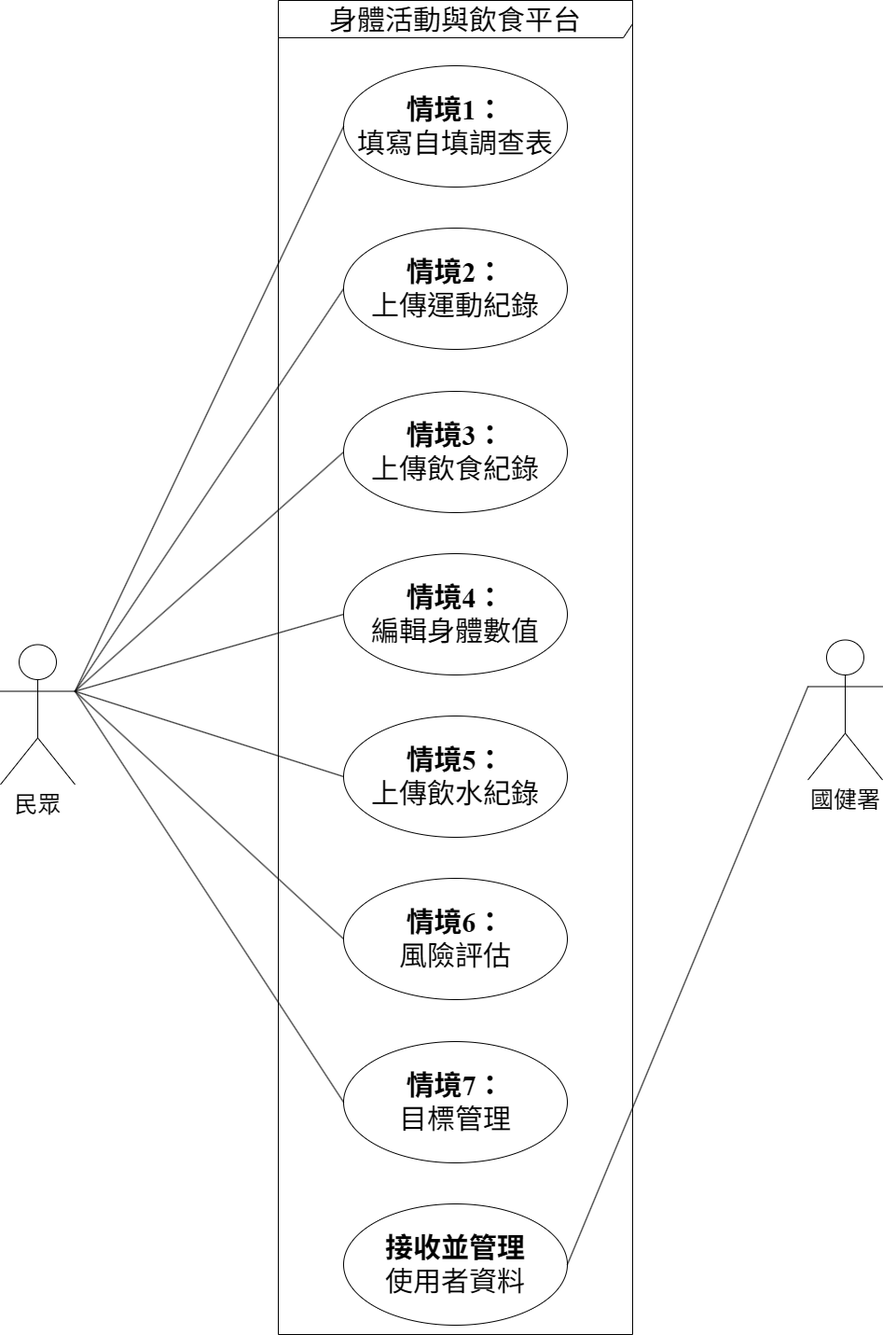
This is input/images/usecase.png from hpapa2025/pad, a draw.io export, as it was before one commit. Source tidied: cells renumbered, new cells last; positions are measured from the earlier drawing's top-left corner, leaving out a move shared by most shapes.
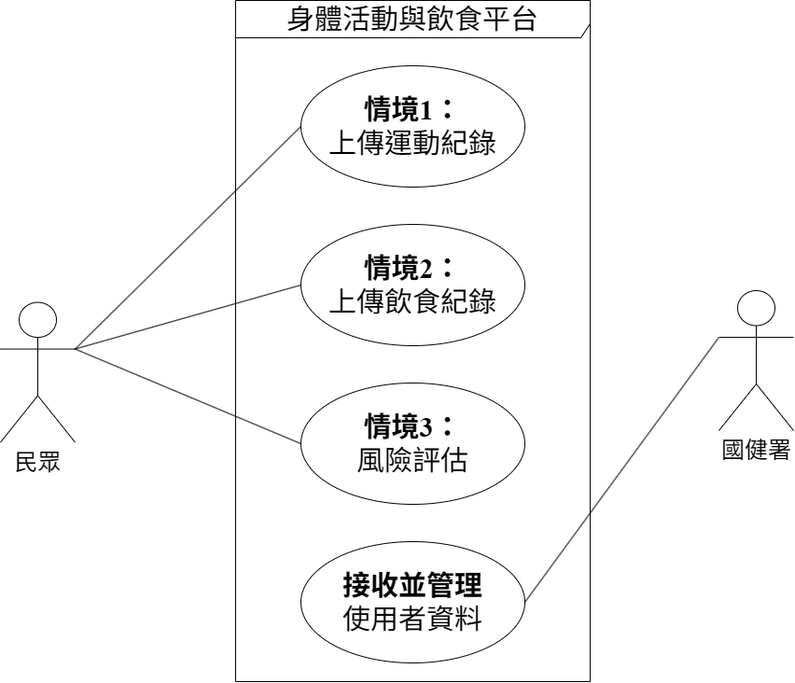
Later version of the same file.

Change to the diagram source:
```diff
@@ -3,7 +3,7 @@
     <mxCell id="0" />
     <mxCell id="1" parent="0" />
     <mxCell id="2" value="&lt;span style=&quot;font-size: 30px;&quot;&gt;身體活動與飲食平台&lt;/span&gt;" style="shape=umlFrame;whiteSpace=wrap;html=1;width=380;height=40;fontFamily=Times New Roman;" parent="1" vertex="1">
-      <mxGeometry x="298" width="380" height="1430" as="geometry" />
+      <mxGeometry x="298" width="380" height="730" as="geometry" />
     </mxCell>
     <mxCell id="3" style="rounded=0;jettySize=auto;html=1;exitX=1;exitY=0.3333333333333333;exitDx=0;exitDy=0;exitPerimeter=0;strokeWidth=1;entryX=0;entryY=0.5;entryDx=0;entryDy=0;endArrow=none;endFill=0;fontFamily=Times New Roman;" parent="1" edge="1" source="5" target="7">
       <mxGeometry relative="1" as="geometry" />
@@ -12,52 +12,28 @@
       <mxGeometry relative="1" as="geometry" />
     </mxCell>
     <mxCell id="5" value="&lt;span style=&quot;font-size: 25px;&quot;&gt;民眾&lt;/span&gt;" style="shape=umlActor;verticalLabelPosition=bottom;verticalAlign=top;html=1;fontFamily=Times New Roman;" parent="1" vertex="1">
-      <mxGeometry y="690.5" width="80" height="150" as="geometry" />
+      <mxGeometry x="46" y="323.6" width="80" height="150" as="geometry" />
     </mxCell>
-    <mxCell id="6" value="&lt;b&gt;情境1：&lt;/b&gt;&lt;br&gt;填寫自填調查表" style="ellipse;whiteSpace=wrap;html=1;fontSize=30;fontFamily=Times New Roman;" parent="1" vertex="1">
+    <mxCell id="6" value="&lt;b&gt;情境1：&lt;/b&gt;&lt;br&gt;上傳運動紀錄" style="ellipse;whiteSpace=wrap;html=1;fontSize=30;fontFamily=Times New Roman;" parent="1" vertex="1">
       <mxGeometry x="368" y="70" width="240" height="130" as="geometry" />
     </mxCell>
-    <mxCell id="7" value="&lt;b style=&quot;font-size: 30px;&quot;&gt;情境3：&lt;/b&gt;&lt;br style=&quot;font-size: 30px;&quot;&gt;&lt;span style=&quot;font-size: 30px;&quot;&gt;上傳飲食紀錄&lt;/span&gt;" style="ellipse;whiteSpace=wrap;html=1;fontSize=20;fontFamily=Times New Roman;" parent="1" vertex="1">
-      <mxGeometry x="368" y="419" width="240" height="130" as="geometry" />
+    <mxCell id="7" value="&lt;b style=&quot;font-size: 30px;&quot;&gt;情境3：&lt;/b&gt;&lt;br style=&quot;font-size: 30px;&quot;&gt;&lt;span style=&quot;font-size: 30px;&quot;&gt;風險評估&lt;/span&gt;" style="ellipse;whiteSpace=wrap;html=1;fontSize=20;fontFamily=Times New Roman;" parent="1" vertex="1">
+      <mxGeometry x="368" y="410" width="240" height="130" as="geometry" />
     </mxCell>
-    <mxCell id="8" value="&lt;b style=&quot;font-size: 30px;&quot;&gt;情境2：&lt;/b&gt;&lt;br style=&quot;font-size: 30px;&quot;&gt;&lt;span style=&quot;font-size: 30px;&quot;&gt;上傳運動紀錄&lt;/span&gt;&lt;span style=&quot;font-size: 30px&quot;&gt;&lt;/span&gt;" style="ellipse;whiteSpace=wrap;html=1;fontSize=20;fontFamily=Times New Roman;" parent="1" vertex="1">
-      <mxGeometry x="368" y="244" width="240" height="130" as="geometry" />
+    <mxCell id="8" value="&lt;b style=&quot;font-size: 30px;&quot;&gt;情境2：&lt;/b&gt;&lt;div&gt;&lt;span style=&quot;font-size: 30px;&quot;&gt;上傳飲食紀錄&lt;/span&gt;&lt;br&gt;&lt;span style=&quot;font-size: 30px&quot;&gt;&lt;/span&gt;&lt;/div&gt;" style="ellipse;whiteSpace=wrap;html=1;fontSize=20;fontFamily=Times New Roman;" parent="1" vertex="1">
+      <mxGeometry x="368" y="240" width="240" height="130" as="geometry" />
     </mxCell>
     <mxCell id="9" value="&lt;span style=&quot;font-size: 25px;&quot;&gt;國健署&lt;/span&gt;" style="shape=umlActor;verticalLabelPosition=bottom;verticalAlign=top;html=1;fontFamily=Times New Roman;" parent="1" vertex="1">
-      <mxGeometry x="866" y="685.5" width="80" height="150" as="geometry" />
+      <mxGeometry x="816" y="311" width="80" height="150" as="geometry" />
     </mxCell>
     <mxCell id="10" value="&lt;span style=&quot;font-size: 30px&quot;&gt;&lt;b&gt;接收並管理&lt;/b&gt;&lt;br&gt;使用者資料&lt;br&gt;&lt;/span&gt;" style="ellipse;whiteSpace=wrap;html=1;fontSize=20;fontFamily=Times New Roman;" parent="1" vertex="1">
-      <mxGeometry x="368" y="1290" width="240" height="130" as="geometry" />
+      <mxGeometry x="368" y="580" width="240" height="130" as="geometry" />
     </mxCell>
     <mxCell id="11" style="rounded=0;jettySize=auto;html=1;exitX=1;exitY=0.3333333333333333;exitDx=0;exitDy=0;exitPerimeter=0;entryX=0;entryY=0.5;entryDx=0;entryDy=0;endArrow=none;endFill=0;strokeWidth=1;fontFamily=Times New Roman;" parent="1" edge="1" source="5" target="6">
       <mxGeometry relative="1" as="geometry" />
     </mxCell>
-    <mxCell id="12" value="&lt;b style=&quot;font-size: 30px;&quot;&gt;情境4：&lt;/b&gt;&lt;br style=&quot;font-size: 30px;&quot;&gt;&lt;span style=&quot;font-size: 30px;&quot;&gt;編輯身體數值&lt;/span&gt;" style="ellipse;whiteSpace=wrap;html=1;fontSize=20;fontFamily=Times New Roman;" parent="1" vertex="1">
-      <mxGeometry x="368" y="593" width="240" height="130" as="geometry" />
+    <mxCell id="12" style="rounded=0;jettySize=auto;html=1;exitX=0;exitY=0.3333333333333333;exitDx=0;exitDy=0;exitPerimeter=0;strokeWidth=1;entryX=1;entryY=0.5;entryDx=0;entryDy=0;endArrow=none;endFill=0;fontFamily=Times New Roman;" parent="1" edge="1" source="9" target="10">
+      <mxGeometry relative="1" as="geometry" />
     </mxCell>
-    <mxCell id="13" value="&lt;b style=&quot;font-size: 30px;&quot;&gt;情境5：&lt;/b&gt;&lt;br style=&quot;font-size: 30px;&quot;&gt;&lt;span style=&quot;font-size: 30px;&quot;&gt;上傳飲水紀錄&lt;/span&gt;" style="ellipse;whiteSpace=wrap;html=1;fontSize=20;fontFamily=Times New Roman;" parent="1" vertex="1">
-      <mxGeometry x="368" y="767" width="240" height="130" as="geometry" />
-    </mxCell>
-    <mxCell id="14" value="&lt;b style=&quot;font-size: 30px;&quot;&gt;情境6：&lt;/b&gt;&lt;br style=&quot;font-size: 30px;&quot;&gt;&lt;span style=&quot;font-size: 30px;&quot;&gt;風險評估&lt;/span&gt;" style="ellipse;whiteSpace=wrap;html=1;fontSize=20;fontFamily=Times New Roman;" parent="1" vertex="1">
-      <mxGeometry x="368" y="941" width="240" height="130" as="geometry" />
-    </mxCell>
-    <mxCell id="15" value="&lt;b style=&quot;font-size: 30px;&quot;&gt;情境7：&lt;/b&gt;&lt;br style=&quot;font-size: 30px;&quot;&gt;&lt;span style=&quot;font-size: 30px;&quot;&gt;目標管理&lt;/span&gt;" style="ellipse;whiteSpace=wrap;html=1;fontSize=20;fontFamily=Times New Roman;" parent="1" vertex="1">
-      <mxGeometry x="368" y="1116" width="240" height="130" as="geometry" />
-    </mxCell>
-    <mxCell id="16" style="rounded=0;jettySize=auto;html=1;exitX=1;exitY=0.3333333333333333;exitDx=0;exitDy=0;exitPerimeter=0;strokeWidth=1;entryX=0;entryY=0.5;entryDx=0;entryDy=0;endArrow=none;endFill=0;fontFamily=Times New Roman;" parent="1" edge="1" source="5" target="12">
-      <mxGeometry relative="1" as="geometry" />
-    </mxCell>
-    <mxCell id="17" style="rounded=0;jettySize=auto;html=1;exitX=1;exitY=0.3333333333333333;exitDx=0;exitDy=0;exitPerimeter=0;strokeWidth=1;entryX=0;entryY=0.5;entryDx=0;entryDy=0;endArrow=none;endFill=0;fontFamily=Times New Roman;" parent="1" edge="1" source="5" target="13">
-      <mxGeometry relative="1" as="geometry" />
-    </mxCell>
-    <mxCell id="18" style="rounded=0;jettySize=auto;html=1;exitX=1;exitY=0.3333333333333333;exitDx=0;exitDy=0;exitPerimeter=0;strokeWidth=1;entryX=0;entryY=0.5;entryDx=0;entryDy=0;endArrow=none;endFill=0;fontFamily=Times New Roman;" parent="1" edge="1" source="5" target="14">
-      <mxGeometry relative="1" as="geometry" />
-    </mxCell>
-    <mxCell id="19" style="rounded=0;jettySize=auto;html=1;exitX=1;exitY=0.3333333333333333;exitDx=0;exitDy=0;exitPerimeter=0;strokeWidth=1;entryX=0;entryY=0.5;entryDx=0;entryDy=0;endArrow=none;endFill=0;fontFamily=Times New Roman;" parent="1" edge="1" source="5" target="15">
-      <mxGeometry relative="1" as="geometry" />
-    </mxCell>
-    <mxCell id="20" style="rounded=0;jettySize=auto;html=1;exitX=0;exitY=0.3333333333333333;exitDx=0;exitDy=0;exitPerimeter=0;strokeWidth=1;entryX=1;entryY=0.5;entryDx=0;entryDy=0;endArrow=none;endFill=0;fontFamily=Times New Roman;" parent="1" edge="1" source="9" target="10">
-      <mxGeometry relative="1" as="geometry" />
-    </mxCell>
   </root>
 </mxGraphModel>
```
